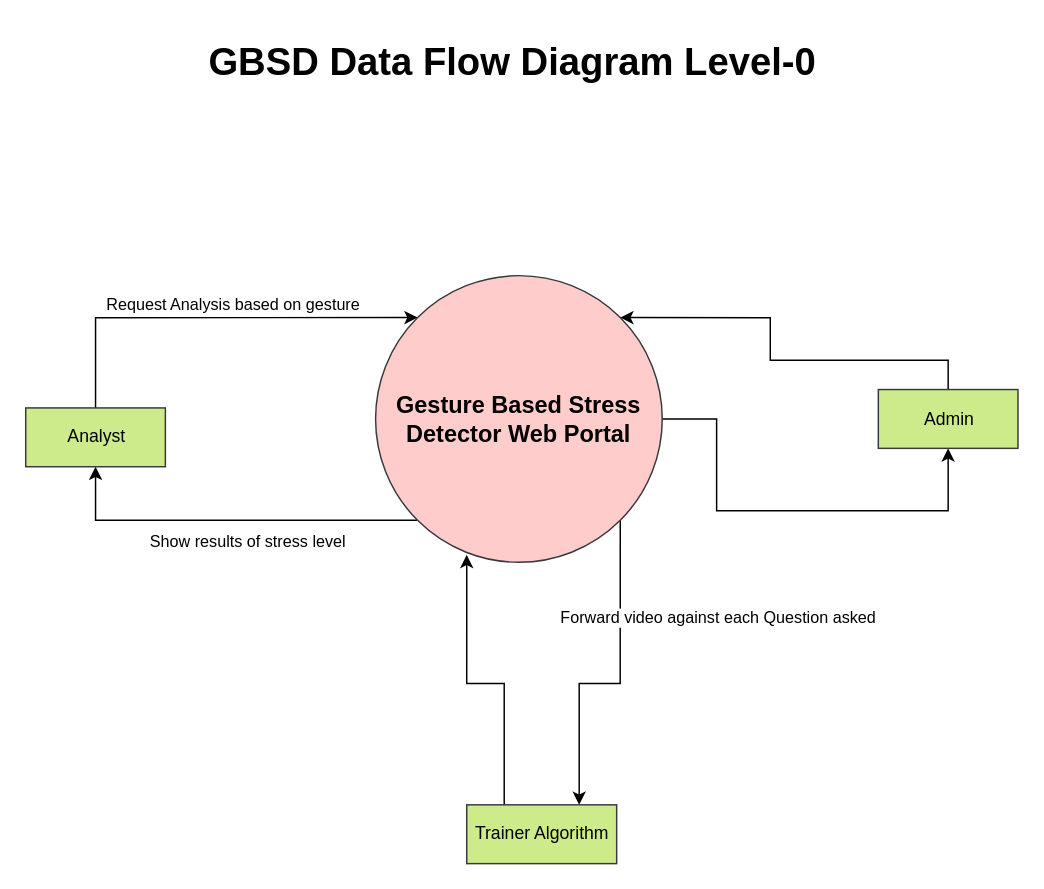
Above: DFD_L0_GBSD.drawio in mabdulrafea101/sohaib_fyp_docs (draw.io), before the change. Source tidied: cells renumbered, new cells numbered last; positions are measured from the earlier drawing's top-left corner, leaving out a move shared by most shapes. Both pictures are drawn from the tidied source at 147%, with x=0, y=0 at pixel (25, 25).
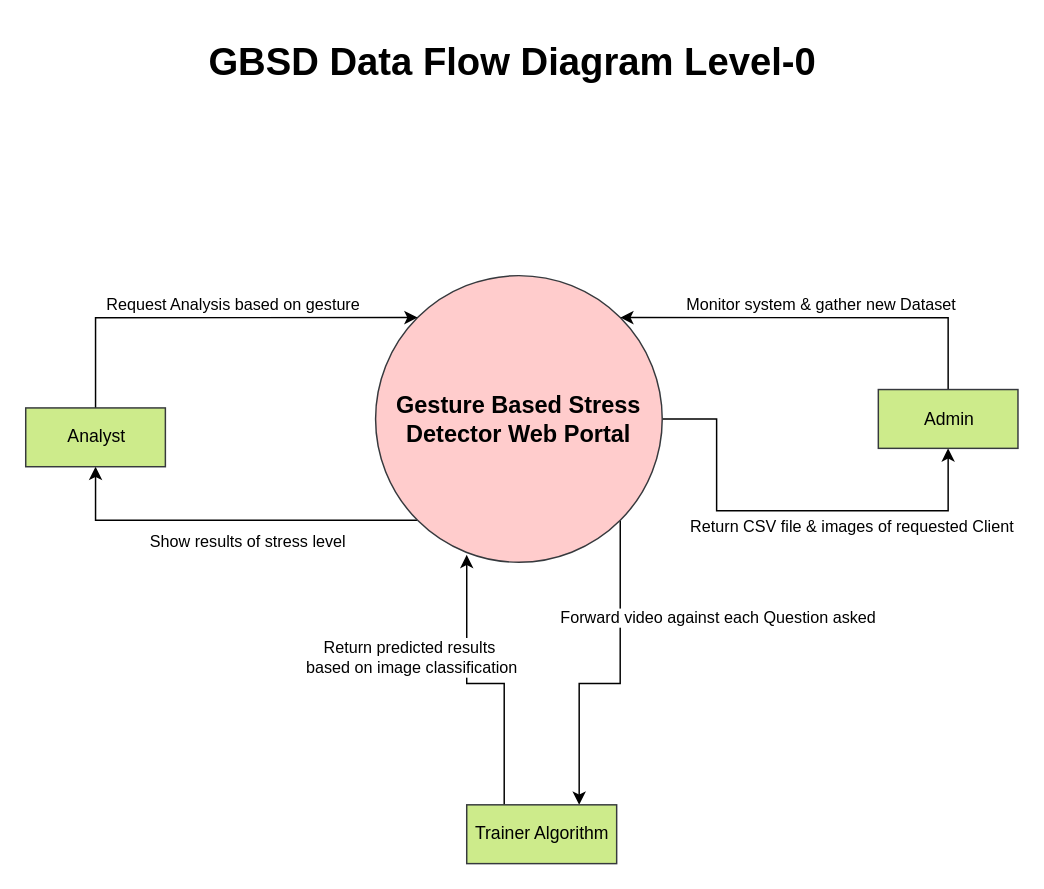
The same page after the edit.

Unchanged cells that the change refers to:
```xml
<mxCell id="7" style="edgeStyle=orthogonalEdgeStyle;rounded=0;jettySize=auto;html=1;exitX=1;exitY=0.5;exitDx=0;exitDy=0;entryX=0.5;entryY=1;entryDx=0;entryDy=0;" parent="1" edge="1" source="8" target="13">
  <mxGeometry relative="1" as="geometry">
    <Array as="points">
      <mxPoint x="470" y="268" />
      <mxPoint x="470" y="330" />
      <mxPoint x="628" y="330" />
    </Array>
  </mxGeometry>
</mxCell>
<mxCell id="8" value="&lt;b&gt;&lt;font style=&quot;font-size: 16px&quot;&gt;Gesture Based Stress Detector Web Portal&lt;/font&gt;&lt;/b&gt;" style="ellipse;whiteSpace=wrap;html=1;fillColor=#ffcccc;strokeColor=#36393d;" parent="1" vertex="1">
  <mxGeometry x="238" y="170" width="195" height="195" as="geometry" />
</mxCell>
<mxCell id="13" value="Admin" style="html=1;dashed=0;whitespace=wrap;fillColor=#cdeb8b;strokeColor=#36393d;" parent="1" vertex="1">
  <mxGeometry x="580" y="247.5" width="95" height="40" as="geometry" />
</mxCell>
<mxCell id="14" style="edgeStyle=orthogonalEdgeStyle;rounded=0;jettySize=auto;html=1;exitX=0.25;exitY=0;exitDx=0;exitDy=0;entryX=0.318;entryY=0.974;entryDx=0;entryDy=0;entryPerimeter=0;" parent="1" edge="1" source="15" target="8">
  <mxGeometry relative="1" as="geometry" />
</mxCell>
```

Diff of the diagram source:
```diff
@@
+    <mxCell id="16" value="Return CSV file &amp;amp; images of requested Client" style="edgeLabel;html=1;align=center;verticalAlign=middle;" parent="7" vertex="1">
+      <mxGeometry x="0.03" y="-2" relative="1" as="geometry">
+        <mxPoint x="37" y="8" as="offset" />
+      </mxGeometry>
+    </mxCell>
@@
     <mxCell id="12" style="edgeStyle=orthogonalEdgeStyle;rounded=0;jettySize=auto;html=1;exitX=0.5;exitY=0;exitDx=0;exitDy=0;entryX=1;entryY=0;entryDx=0;entryDy=0;" parent="1" edge="1" source="13" target="8">
-      <mxGeometry relative="1" as="geometry" />
+      <mxGeometry relative="1" as="geometry">
+        <Array as="points">
+          <mxPoint x="628" y="199" />
+        </Array>
+      </mxGeometry>
     </mxCell>
+    <mxCell id="17" value="Monitor system &amp;amp; gather new Dataset" style="edgeLabel;html=1;align=center;verticalAlign=middle;" parent="12" vertex="1">
+      <mxGeometry x="0.26" y="-2" relative="1" as="geometry">
+        <mxPoint x="35" y="-7" as="offset" />
+      </mxGeometry>
+    </mxCell>
@@
+    <mxCell id="18" value="Return predicted results&lt;br&gt;&amp;nbsp;based on image classification" style="edgeLabel;html=1;align=center;verticalAlign=middle;" parent="14" vertex="1">
+      <mxGeometry x="0.41" y="3" relative="1" as="geometry">
+        <mxPoint x="-37" y="12" as="offset" />
+      </mxGeometry>
+    </mxCell>
```
